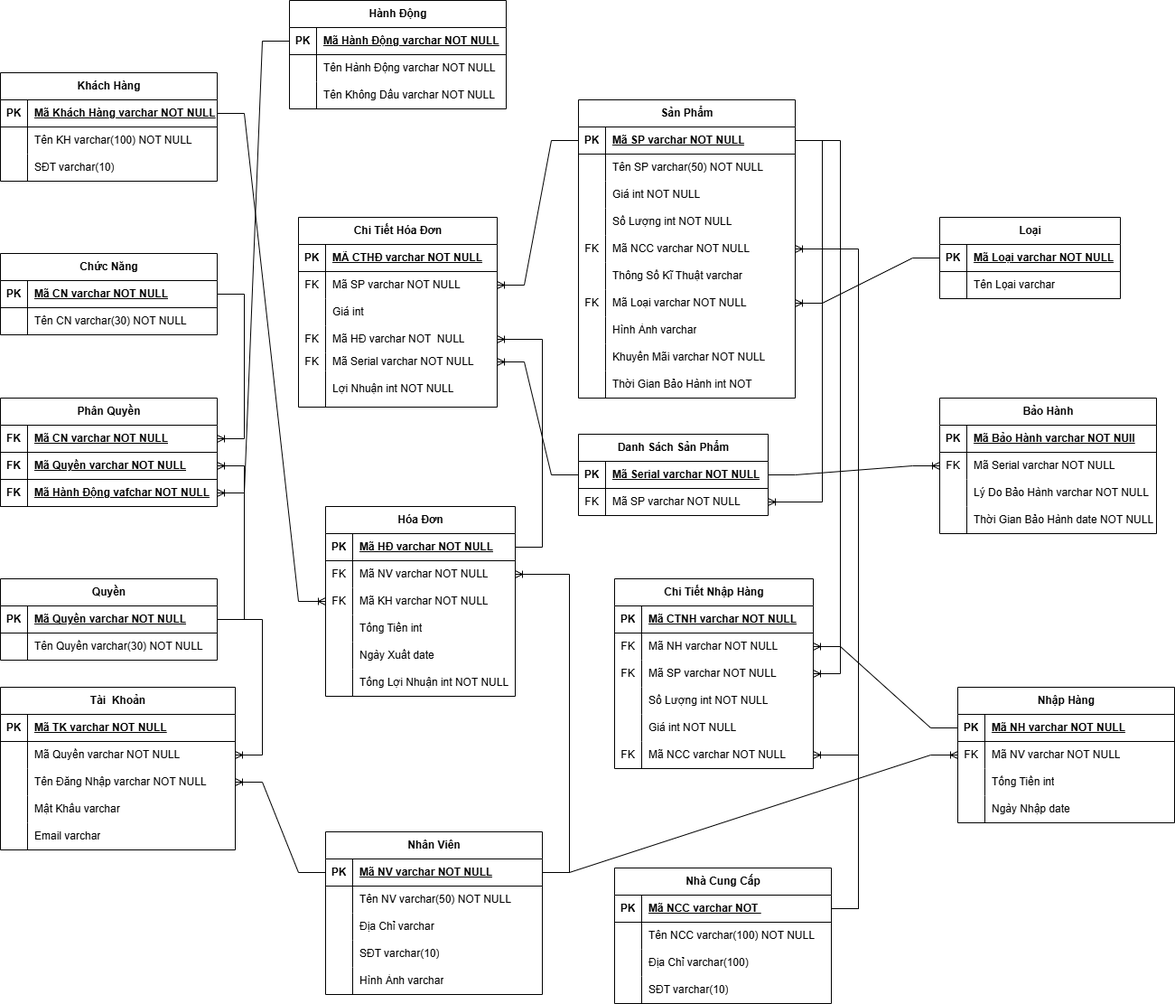
Above: src/main/resources/ERD-BadmintonManagement_Java.drawio.png in NguyenToanThang-kotaru/BadmintonManagement_Java (draw.io), before the change. Source tidied: cells renumbered, new cells last; positions are measured from the earlier drawing's top-left corner, leaving out a move shared by most shapes.
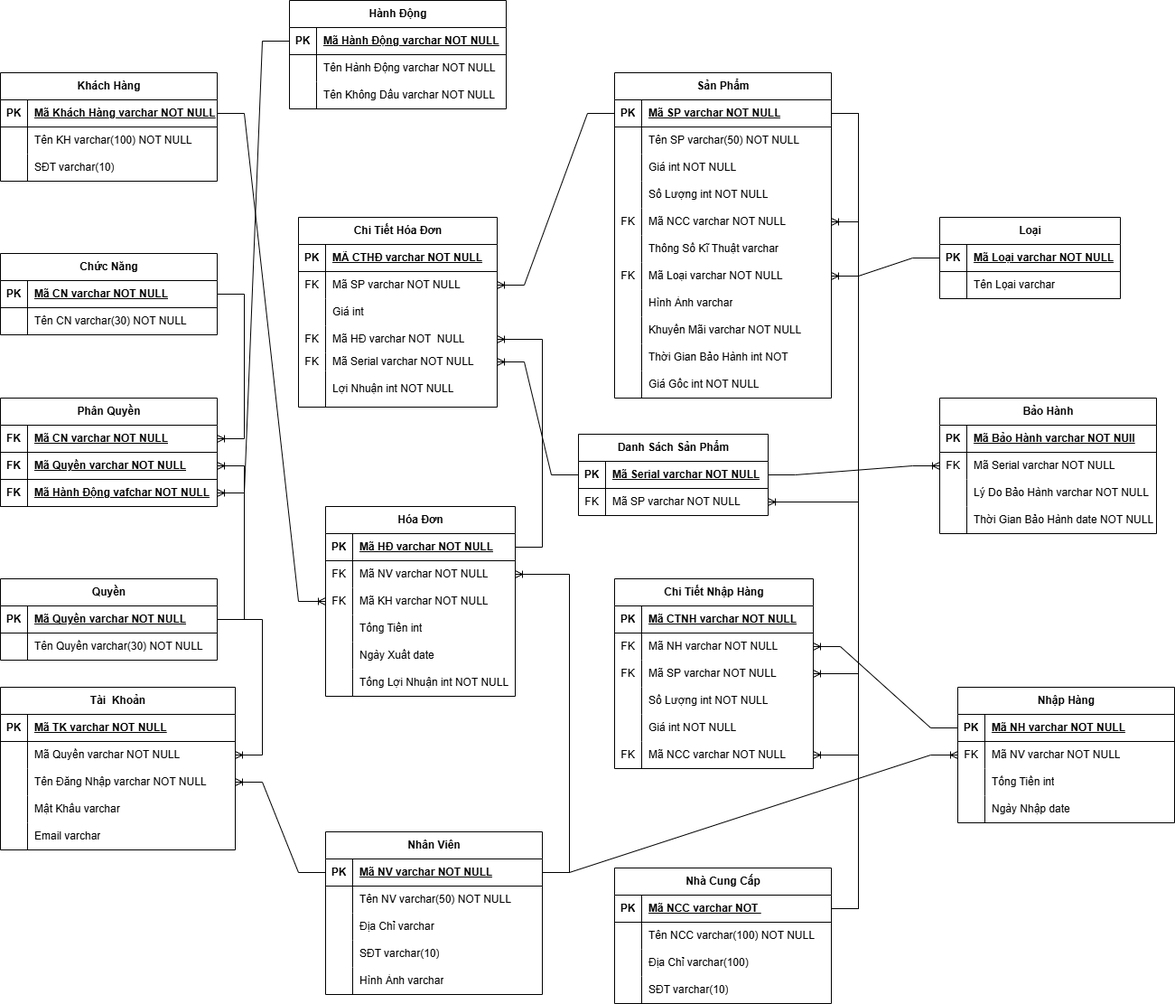
After the change.

Diff of the diagram source:
```diff
@@ -237,7 +237,7 @@
       <mxGeometry x="30" width="180" height="30" as="geometry" />
     </mxCell>
     <mxCell id="80" value="Sản Phẩm" style="shape=table;startSize=30;rowLines=0;fontStyle=1;align=center;html=1;" parent="1" vertex="1">
-      <mxGeometry x="640" y="110" width="240" height="330" as="geometry" />
+      <mxGeometry x="680" y="80" width="240" height="360" as="geometry" />
     </mxCell>
     <mxCell id="81" style="shape=tableRow;horizontal=0;startSize=0;swimlaneHead=0;swimlaneBody=0;fillColor=none;points=[[0,0.5],[1,0.5]];portConstraint=eastwest;top=0;left=0;right=0;bottom=1;" parent="80" vertex="1">
       <mxGeometry y="30" width="240" height="30" as="geometry" />
@@ -329,6 +329,15 @@
     <mxCell id="110" value="Thời Gian Bảo Hành int NOT&amp;nbsp;" style="shape=partialRectangle;fillColor=none;top=0;left=0;bottom=0;right=0;align=left;spacingLeft=6;overflow=hidden;whiteSpace=wrap;html=1;" parent="108" vertex="1">
       <mxGeometry x="30" width="210" height="30" as="geometry" />
     </mxCell>
+    <mxCell id="237" style="shape=tableRow;horizontal=0;startSize=0;swimlaneHead=0;swimlaneBody=0;fillColor=none;top=0;left=0;right=0;bottom=0;" parent="80" vertex="1">
+      <mxGeometry y="330" width="240" height="30" as="geometry" />
+    </mxCell>
+    <mxCell id="238" style="shape=partialRectangle;fillColor=none;top=0;left=0;bottom=0;right=0;overflow=hidden;whiteSpace=wrap;html=1;" parent="237" vertex="1">
+      <mxGeometry width="30" height="30" as="geometry" />
+    </mxCell>
+    <mxCell id="239" value="Giá Gốc int NOT NULL" style="shape=partialRectangle;fillColor=none;top=0;left=0;bottom=0;right=0;align=left;spacingLeft=6;overflow=hidden;whiteSpace=wrap;html=1;" parent="237" vertex="1">
+      <mxGeometry x="30" width="210" height="30" as="geometry" />
+    </mxCell>
     <mxCell id="111" value="Chi Tiết Nhập Hàng" style="shape=table;startSize=30;rowLines=0;fontStyle=1;align=center;html=1;" parent="1" vertex="1">
       <mxGeometry x="680" y="640" width="220" height="210" as="geometry" />
     </mxCell>
```
